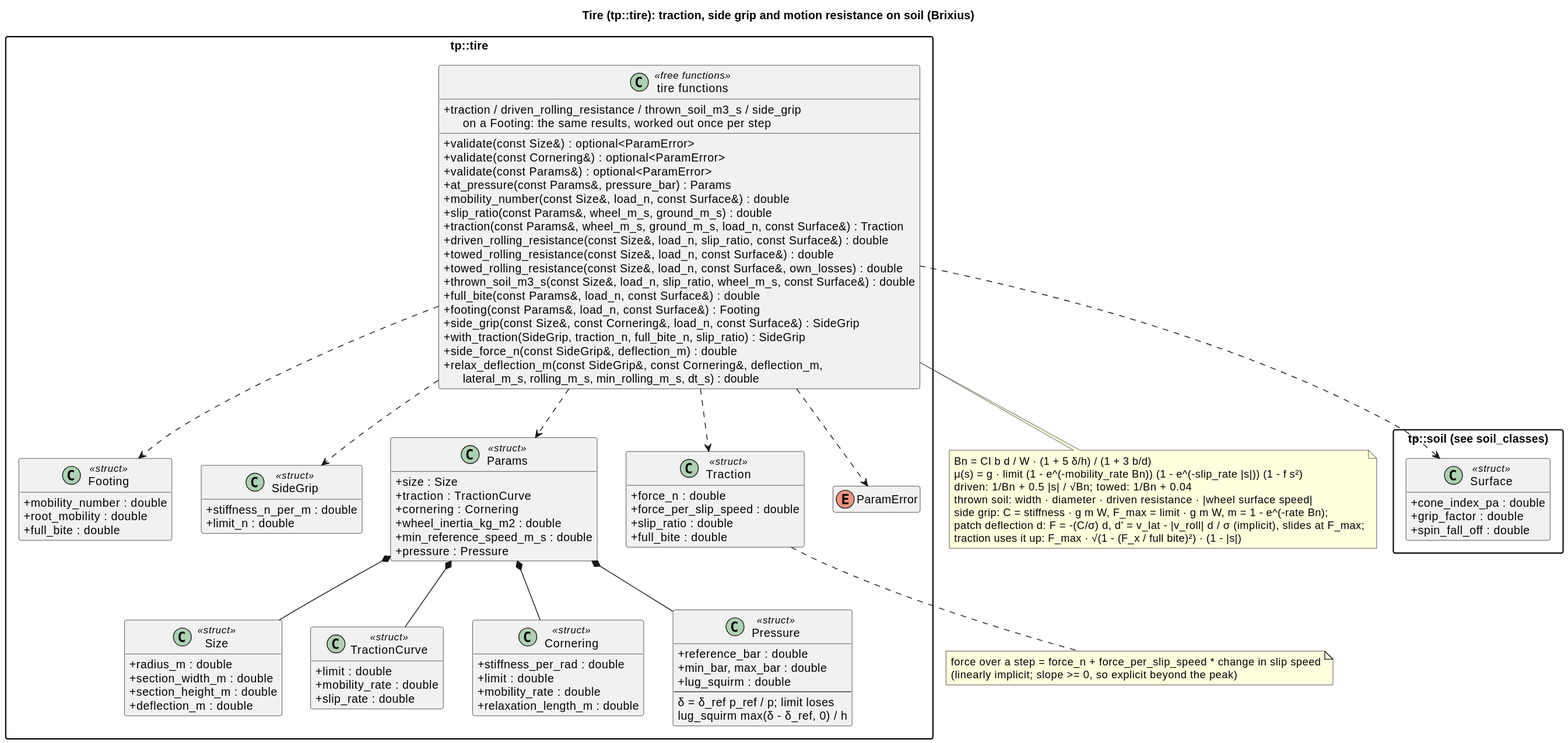
wversteeg/TractorPulling keeps this PlantUML diagram as docs/diagrams/svg/tire_classes.svg. Above is the earlier version.
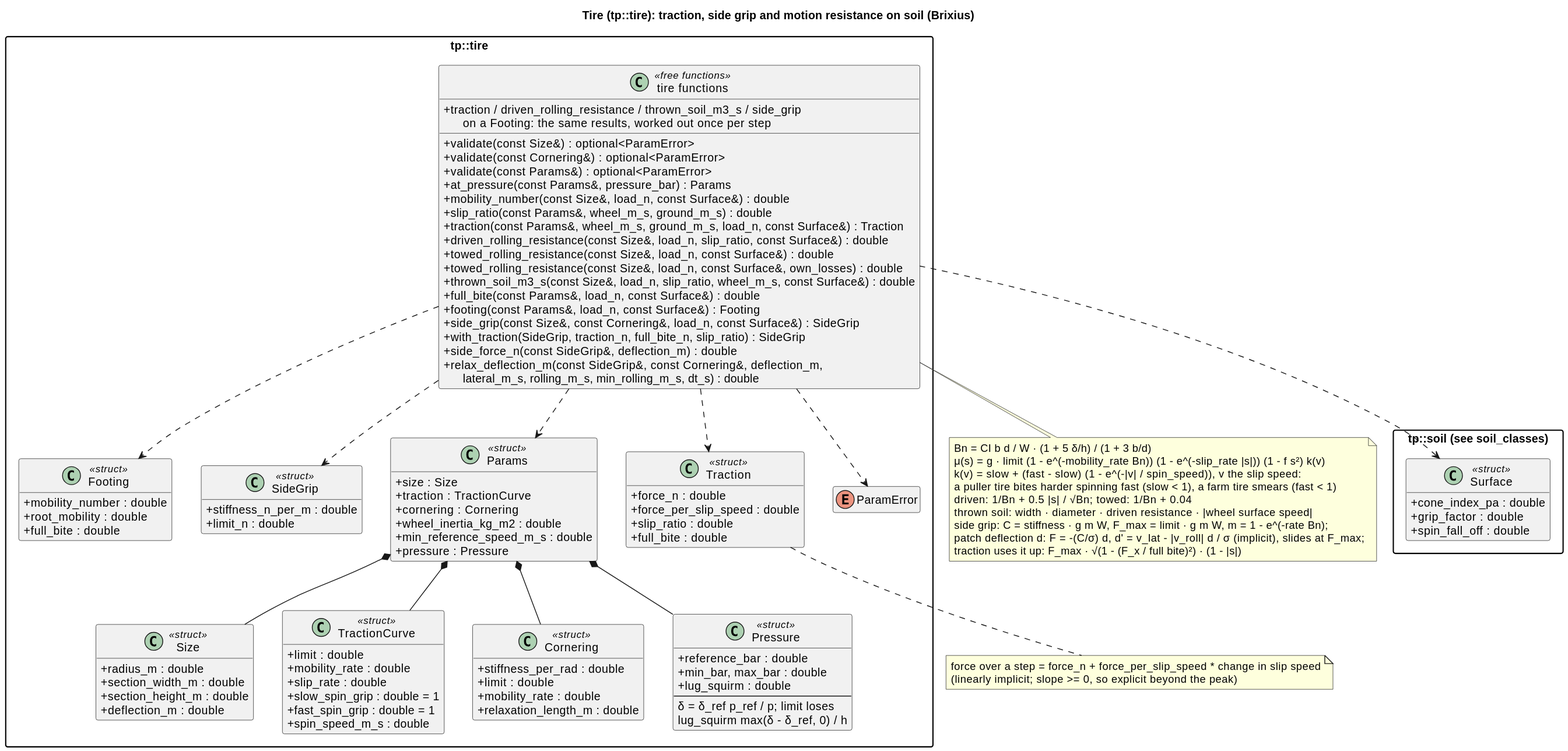
Later version of the same file.

Diff of the diagram source:
```diff
@@ -23,6 +23,9 @@
     +limit : double
     +mobility_rate : double
     +slip_rate : double
+    +slow_spin_grip : double = 1
+    +fast_spin_grip : double = 1
+    +spin_speed_m_s : double
   }
   class Cornering <<struct>> {
     +stiffness_per_rad : double
@@ -95,7 +98,9 @@
 }
 note bottom of TireFns
   Bn = CI b d / W · (1 + 5 δ/h) / (1 + 3 b/d)
-  μ(s) = g · limit (1 - e^(-mobility_rate Bn)) (1 - e^(-slip_rate |s|)) (1 - f s²)
+  μ(s) = g · limit (1 - e^(-mobility_rate Bn)) (1 - e^(-slip_rate |s|)) (1 - f s²) k(v)
+  k(v) = slow + (fast - slow) (1 - e^(-|v| / spin_speed)), v the slip speed:
+  a puller tire bites harder spinning fast (slow < 1), a farm tire smears (fast < 1)
   driven: 1/Bn + 0.5 |s| / √Bn;  towed: 1/Bn + 0.04
   thrown soil: width · diameter · driven resistance · |wheel surface speed|
   side grip: C = stiffness · g m W, F_max = limit · g m W, m = 1 - e^(-rate Bn);
```
